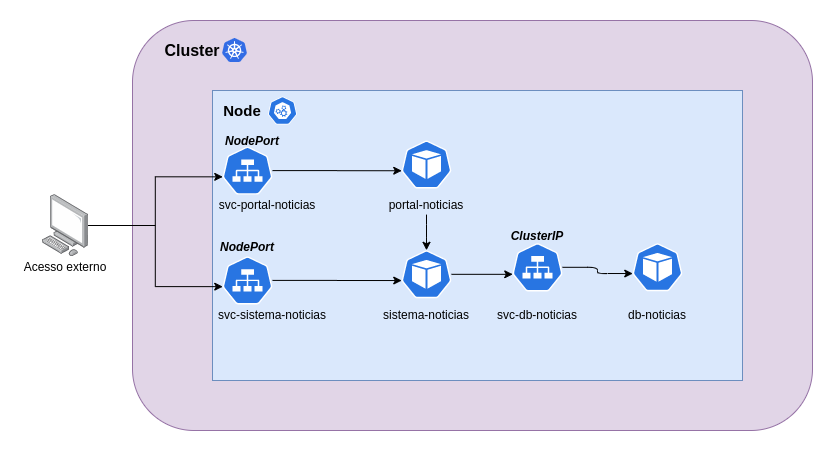
Before: News_project_architecture.png, a diagram exported from draw.io (jonathanmdr/kubernetes). Source tidied: cells renumbered, new cells last; positions are measured from the earlier drawing's top-left corner, leaving out a move shared by most shapes.
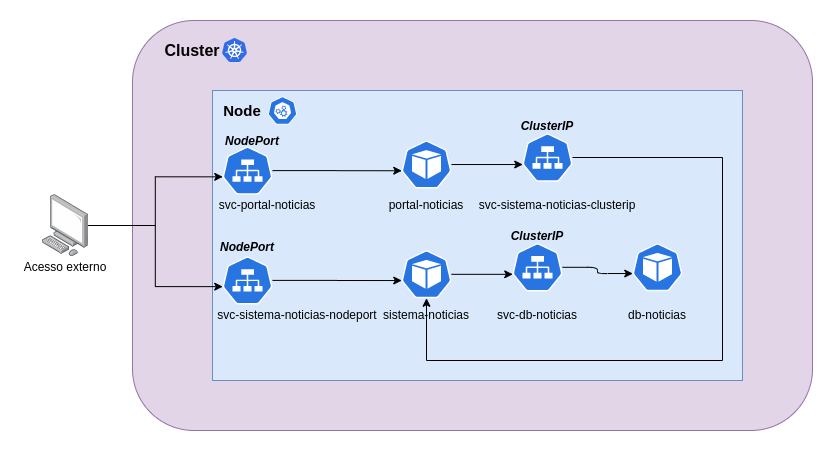
After the change.

Commit message:
imagem atualizada da arquitetura pos implementaçao de novo clusterIP

Change to the diagram source:
```diff
@@ -38,8 +38,8 @@
     <mxCell id="13" style="html=1;dashed=0;whitespace=wrap;fillColor=#2875E2;strokeColor=#ffffff;points=[[0.005,0.63,0],[0.1,0.2,0],[0.9,0.2,0],[0.5,0,0],[0.995,0.63,0],[0.72,0.99,0],[0.5,1,0],[0.28,0.99,0]];shape=mxgraph.kubernetes.icon;prIcon=svc;" parent="1" vertex="1">
       <mxGeometry x="202" y="235.9" width="50" height="48" as="geometry" />
     </mxCell>
-    <mxCell id="14" value="svc-sistema-noticias" style="text;html=1;strokeColor=none;fillColor=none;align=center;verticalAlign=middle;whiteSpace=wrap;rounded=0;" parent="1" vertex="1">
-      <mxGeometry x="192" y="283.9" width="120" height="20" as="geometry" />
+    <mxCell id="14" value="svc-sistema-noticias-nodeport" style="text;html=1;strokeColor=none;fillColor=none;align=center;verticalAlign=middle;whiteSpace=wrap;rounded=0;" parent="1" vertex="1">
+      <mxGeometry x="192" y="283.9" width="170" height="20" as="geometry" />
     </mxCell>
     <mxCell id="15" style="edgeStyle=orthogonalEdgeStyle;rounded=0;jettySize=auto;html=1;entryX=0.005;entryY=0.63;entryDx=0;entryDy=0;entryPerimeter=0;" parent="1" edge="1" source="3" target="10">
       <mxGeometry relative="1" as="geometry" />
@@ -56,12 +56,12 @@
     <mxCell id="19" value="&lt;b&gt;&lt;i&gt;NodePort&lt;/i&gt;&lt;/b&gt;" style="text;html=1;strokeColor=none;fillColor=none;align=center;verticalAlign=middle;whiteSpace=wrap;rounded=0;" parent="1" vertex="1">
       <mxGeometry x="207" y="215.9" width="40" height="20" as="geometry" />
     </mxCell>
+    <mxCell id="32" style="edgeStyle=orthogonalEdgeStyle;rounded=0;jettySize=auto;html=1;entryX=0.005;entryY=0.63;entryDx=0;entryDy=0;entryPerimeter=0;" parent="1" edge="1" source="20" target="34">
+      <mxGeometry relative="1" as="geometry" />
+    </mxCell>
     <mxCell id="20" style="html=1;dashed=0;whitespace=wrap;fillColor=#2875E2;strokeColor=#ffffff;points=[[0.005,0.63,0],[0.1,0.2,0],[0.9,0.2,0],[0.5,0,0],[0.995,0.63,0],[0.72,0.99,0],[0.5,1,0],[0.28,0.99,0]];shape=mxgraph.kubernetes.icon;prIcon=pod;" parent="1" vertex="1">
       <mxGeometry x="381" y="120" width="50" height="48" as="geometry" />
     </mxCell>
-    <mxCell id="21" style="edgeStyle=orthogonalEdgeStyle;rounded=1;jettySize=auto;html=1;entryX=0.5;entryY=0;entryDx=0;entryDy=0;entryPerimeter=0;" parent="1" edge="1" source="22" target="24">
-      <mxGeometry relative="1" as="geometry" />
-    </mxCell>
     <mxCell id="22" value="portal-noticias" style="text;html=1;strokeColor=none;fillColor=none;align=center;verticalAlign=middle;whiteSpace=wrap;rounded=0;" parent="1" vertex="1">
       <mxGeometry x="351" y="174.1" width="110" height="20" as="geometry" />
     </mxCell>
@@ -71,9 +71,6 @@
     <mxCell id="24" style="html=1;dashed=0;whitespace=wrap;fillColor=#2875E2;strokeColor=#ffffff;points=[[0.005,0.63,0],[0.1,0.2,0],[0.9,0.2,0],[0.5,0,0],[0.995,0.63,0],[0.72,0.99,0],[0.5,1,0],[0.28,0.99,0]];shape=mxgraph.kubernetes.icon;prIcon=pod;" parent="1" vertex="1">
       <mxGeometry x="381" y="229.8" width="50" height="48" as="geometry" />
     </mxCell>
-    <mxCell id="25" value="sistema-noticias" style="text;html=1;strokeColor=none;fillColor=none;align=center;verticalAlign=middle;whiteSpace=wrap;rounded=0;" parent="1" vertex="1">
-      <mxGeometry x="351" y="283.9" width="110" height="20" as="geometry" />
-    </mxCell>
     <mxCell id="26" style="edgeStyle=orthogonalEdgeStyle;jettySize=auto;html=1;entryX=0.005;entryY=0.63;entryDx=0;entryDy=0;entryPerimeter=0;rounded=1;" parent="1" edge="1" source="27" target="30">
       <mxGeometry relative="1" as="geometry" />
     </mxCell>
@@ -92,5 +89,26 @@
     <mxCell id="31" value="db-noticias" style="text;html=1;strokeColor=none;fillColor=none;align=center;verticalAlign=middle;whiteSpace=wrap;rounded=0;" parent="1" vertex="1">
       <mxGeometry x="602" y="283.9" width="70" height="20" as="geometry" />
     </mxCell>
+    <mxCell id="33" style="edgeStyle=orthogonalEdgeStyle;rounded=0;jettySize=auto;html=1;entryX=0.5;entryY=1;entryDx=0;entryDy=0;entryPerimeter=0;" parent="1" edge="1" source="34" target="24">
+      <mxGeometry relative="1" as="geometry">
+        <Array as="points">
+          <mxPoint x="702" y="137" />
+          <mxPoint x="702" y="340" />
+          <mxPoint x="406" y="340" />
+        </Array>
+      </mxGeometry>
+    </mxCell>
+    <mxCell id="34" style="html=1;dashed=0;whitespace=wrap;fillColor=#2875E2;strokeColor=#ffffff;points=[[0.005,0.63,0],[0.1,0.2,0],[0.9,0.2,0],[0.5,0,0],[0.995,0.63,0],[0.72,0.99,0],[0.5,1,0],[0.28,0.99,0]];shape=mxgraph.kubernetes.icon;prIcon=svc;" parent="1" vertex="1">
+      <mxGeometry x="502" y="110" width="50" height="54" as="geometry" />
+    </mxCell>
+    <mxCell id="35" value="svc-sistema-noticias-clusterip" style="text;html=1;strokeColor=none;fillColor=none;align=center;verticalAlign=middle;whiteSpace=wrap;rounded=0;" parent="1" vertex="1">
+      <mxGeometry x="452" y="174.1" width="170" height="20" as="geometry" />
+    </mxCell>
+    <mxCell id="36" value="&lt;b&gt;&lt;i&gt;ClusterIP&lt;/i&gt;&lt;/b&gt;" style="text;html=1;strokeColor=none;fillColor=none;align=center;verticalAlign=middle;whiteSpace=wrap;rounded=0;" parent="1" vertex="1">
+      <mxGeometry x="507" y="95.2" width="40" height="20" as="geometry" />
+    </mxCell>
+    <mxCell id="25" value="sistema-noticias" style="text;html=1;strokeColor=none;fillColor=none;align=center;verticalAlign=middle;whiteSpace=wrap;rounded=0;" parent="1" vertex="1">
+      <mxGeometry x="351" y="283.9" width="110" height="20" as="geometry" />
+    </mxCell>
   </root>
 </mxGraphModel>
```
